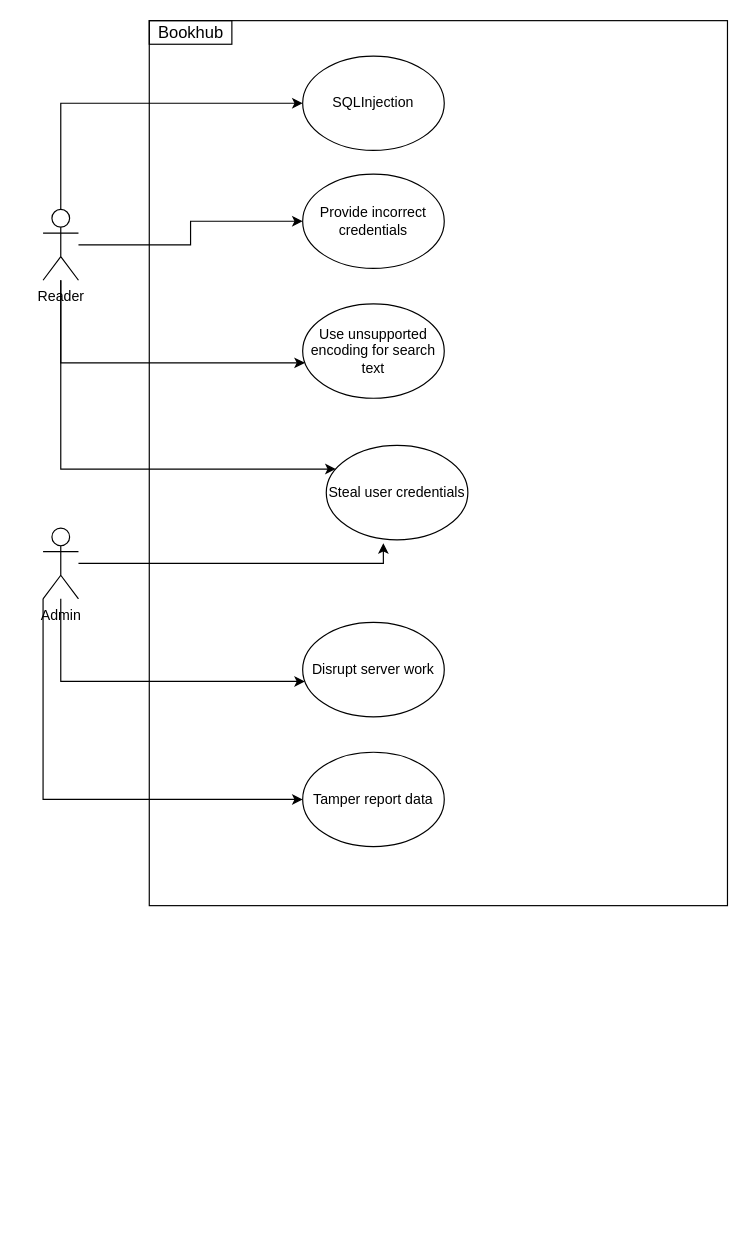
Above: page "project-abuse-case" (2 of 3) of project/hss-project-use-cases.drawio in ivanchuchulski/highly-secure-software (draw.io), before the change. Source tidied: cells renumbered, new cells numbered last; positions are measured from the earlier drawing's top-left corner, leaving out a move shared by most shapes. Both pictures are drawn from the tidied source at 118%, with x=0, y=0 at pixel (42, 20).
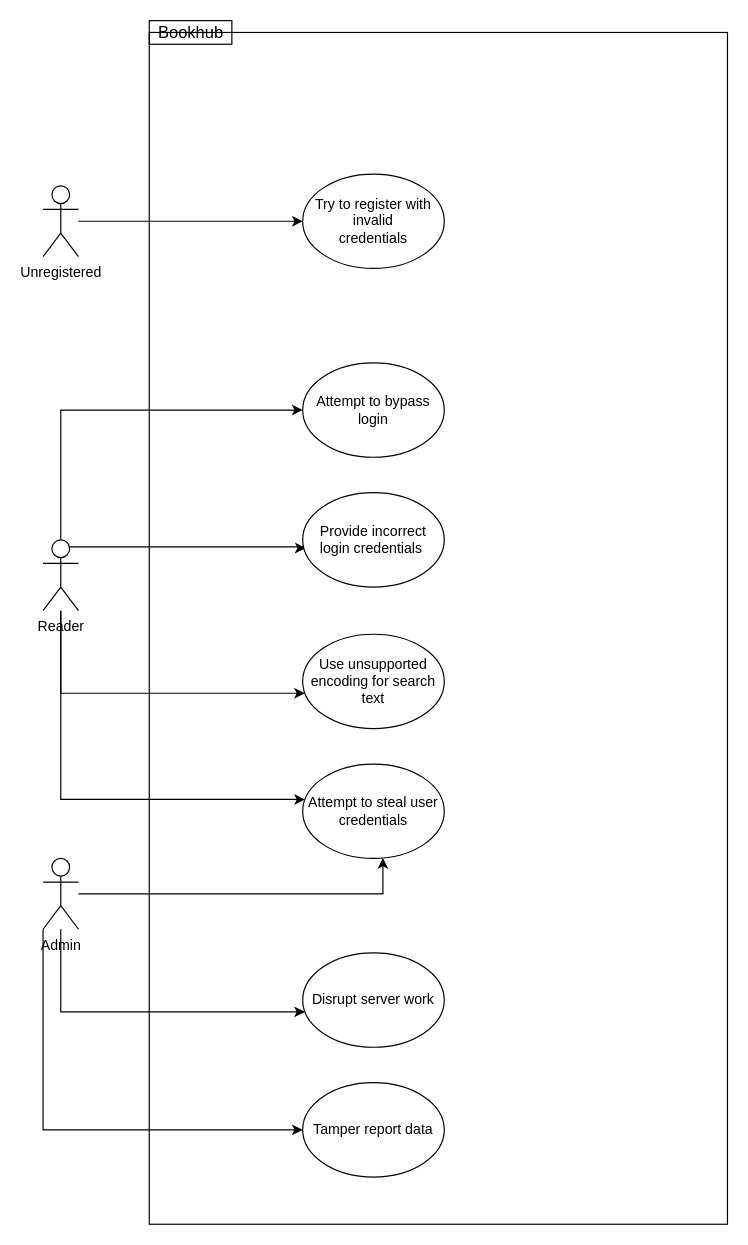
Above is the later version.

Diff of the diagram source:
```diff
@@
     <mxCell id="2" style="rounded=0;whiteSpace=wrap;html=1;fontSize=14;strokeColor=default;verticalAlign=middle;" parent="1" vertex="1">
-      <mxGeometry x="90" width="490" height="750" as="geometry" />
+      <mxGeometry x="90" y="10" width="490" height="1010" as="geometry" />
     </mxCell>
-    <mxCell id="3" style="edgeStyle=orthogonalEdgeStyle;rounded=0;jettySize=auto;html=1;fontSize=14;endArrow=classic;endFill=1;entryX=0.403;entryY=1.035;entryDx=0;entryDy=0;entryPerimeter=0;" parent="1" edge="1" source="6" target="15">
+    <mxCell id="3" style="edgeStyle=orthogonalEdgeStyle;rounded=0;jettySize=auto;html=1;fontSize=14;endArrow=classic;endFill=1;" parent="1" edge="1" source="6" target="15">
       <mxGeometry relative="1" as="geometry">
         <Array as="points">
-          <mxPoint x="288" y="460" />
+          <mxPoint x="288" y="740" />
         </Array>
       </mxGeometry>
     </mxCell>
     <mxCell id="4" style="edgeStyle=orthogonalEdgeStyle;rounded=0;jettySize=auto;html=1;fontSize=14;endArrow=classic;endFill=1;" parent="1" edge="1" source="6" target="16">
       <mxGeometry relative="1" as="geometry">
         <Array as="points">
-          <mxPoint y="660" />
+          <mxPoint y="940" />
         </Array>
       </mxGeometry>
     </mxCell>
     <mxCell id="5" style="edgeStyle=orthogonalEdgeStyle;rounded=0;jettySize=auto;html=1;fontSize=14;endArrow=classic;endFill=1;" parent="1" edge="1" source="6" target="17">
       <mxGeometry relative="1" as="geometry">
         <Array as="points">
-          <mxPoint x="15" y="560" />
+          <mxPoint x="15" y="840" />
         </Array>
       </mxGeometry>
     </mxCell>
     <mxCell id="6" value="Admin" style="shape=umlActor;verticalLabelPosition=bottom;verticalAlign=top;html=1;outlineConnect=0;" parent="1" vertex="1">
-      <mxGeometry y="430" width="30" height="60" as="geometry" />
+      <mxGeometry y="710" width="30" height="60" as="geometry" />
     </mxCell>
     <mxCell id="7" style="edgeStyle=orthogonalEdgeStyle;rounded=0;jettySize=auto;html=1;fontSize=14;endArrow=classic;endFill=1;" parent="1" edge="1" source="10" target="15">
       <mxGeometry relative="1" as="geometry">
         <Array as="points">
-          <mxPoint x="15" y="380" />
-          <mxPoint x="270" y="380" />
+          <mxPoint x="15" y="660" />
+          <mxPoint x="270" y="660" />
         </Array>
       </mxGeometry>
     </mxCell>
-    <mxCell id="8" style="edgeStyle=orthogonalEdgeStyle;rounded=0;jettySize=auto;html=1;startArrow=classic;startFill=1;endArrow=none;endFill=0;exitX=0;exitY=0.5;exitDx=0;exitDy=0;" parent="1" edge="1" source="19" target="10">
-      <mxGeometry relative="1" as="geometry" />
+    <mxCell id="8" style="edgeStyle=orthogonalEdgeStyle;rounded=0;jettySize=auto;html=1;startArrow=classic;startFill=1;endArrow=none;endFill=0;exitX=0.021;exitY=0.588;exitDx=0;exitDy=0;entryX=0.75;entryY=0.1;entryDx=0;entryDy=0;entryPerimeter=0;exitPerimeter=0;" parent="1" edge="1" source="19" target="10">
+      <mxGeometry relative="1" as="geometry">
+        <Array as="points">
+          <mxPoint x="220" y="447" />
+          <mxPoint x="220" y="446" />
+        </Array>
+      </mxGeometry>
     </mxCell>
     <mxCell id="9" style="edgeStyle=orthogonalEdgeStyle;rounded=0;jettySize=auto;html=1;startArrow=classic;startFill=1;endArrow=none;endFill=0;" parent="1" edge="1" source="20" target="10">
       <mxGeometry relative="1" as="geometry">
         <Array as="points">
-          <mxPoint x="15" y="290" />
+          <mxPoint x="15" y="570" />
         </Array>
       </mxGeometry>
     </mxCell>
+    <mxCell id="21" style="edgeStyle=orthogonalEdgeStyle;rounded=0;jettySize=auto;html=1;" parent="1" edge="1" source="10" target="23">
+      <mxGeometry relative="1" as="geometry">
+        <Array as="points">
+          <mxPoint x="15" y="330" />
+        </Array>
+      </mxGeometry>
+    </mxCell>
     <mxCell id="10" value="Reader" style="shape=umlActor;verticalLabelPosition=bottom;verticalAlign=top;html=1;outlineConnect=0;" parent="1" vertex="1">
-      <mxGeometry y="160" width="30" height="60" as="geometry" />
+      <mxGeometry y="440" width="30" height="60" as="geometry" />
     </mxCell>
-    <mxCell id="11" style="edgeStyle=orthogonalEdgeStyle;rounded=0;jettySize=auto;html=1;endArrow=classic;endFill=1;exitX=0.5;exitY=0;exitDx=0;exitDy=0;exitPerimeter=0;" parent="1" edge="1" source="10" target="13">
-      <mxGeometry relative="1" as="geometry">
-        <Array as="points">
-          <mxPoint x="15" y="70" />
-        </Array>
-      </mxGeometry>
+    <mxCell id="11" style="edgeStyle=orthogonalEdgeStyle;rounded=0;jettySize=auto;html=1;endArrow=classic;endFill=1;" parent="1" edge="1" source="22" target="13">
+      <mxGeometry relative="1" as="geometry" />
     </mxCell>
@@
-    <mxCell id="13" value="SQLInjection" style="ellipse;whiteSpace=wrap;html=1;strokeColor=default;" parent="1" vertex="1">
-      <mxGeometry x="220" y="30" width="120" height="80" as="geometry" />
+    <mxCell id="13" value="Try to register with invalid &lt;br&gt;credentials" style="ellipse;whiteSpace=wrap;html=1;strokeColor=default;" parent="1" vertex="1">
+      <mxGeometry x="220" y="130" width="120" height="80" as="geometry" />
     </mxCell>
@@
-    <mxCell id="15" value="Steal user credentials" style="ellipse;whiteSpace=wrap;html=1;verticalAlign=middle;strokeColor=default;" parent="1" vertex="1">
-      <mxGeometry x="240" y="360" width="120" height="80" as="geometry" />
+    <mxCell id="15" value="Attempt to steal user credentials" style="ellipse;whiteSpace=wrap;html=1;verticalAlign=middle;strokeColor=default;" parent="1" vertex="1">
+      <mxGeometry x="220" y="630" width="120" height="80" as="geometry" />
     </mxCell>
     <mxCell id="16" value="Tamper report data" style="ellipse;whiteSpace=wrap;html=1;verticalAlign=middle;" parent="1" vertex="1">
-      <mxGeometry x="220" y="620" width="120" height="80" as="geometry" />
+      <mxGeometry x="220" y="900" width="120" height="80" as="geometry" />
     </mxCell>
     <mxCell id="17" value="Disrupt server work" style="ellipse;whiteSpace=wrap;html=1;verticalAlign=middle;" parent="1" vertex="1">
-      <mxGeometry x="220" y="510" width="120" height="80" as="geometry" />
+      <mxGeometry x="220" y="790" width="120" height="80" as="geometry" />
     </mxCell>
@@
-    <mxCell id="19" value="Provide incorrect credentials" style="ellipse;whiteSpace=wrap;html=1;verticalAlign=middle;strokeColor=default;" parent="1" vertex="1">
-      <mxGeometry x="220" y="130" width="120" height="80" as="geometry" />
+    <mxCell id="19" value="Provide incorrect login credentials&amp;nbsp;" style="ellipse;whiteSpace=wrap;html=1;verticalAlign=middle;strokeColor=default;" parent="1" vertex="1">
+      <mxGeometry x="220" y="400" width="120" height="80" as="geometry" />
     </mxCell>
     <mxCell id="20" value="Use unsupported encoding for search text" style="ellipse;whiteSpace=wrap;html=1;verticalAlign=middle;strokeColor=default;" parent="1" vertex="1">
-      <mxGeometry x="220" y="240" width="120" height="80" as="geometry" />
+      <mxGeometry x="220" y="520" width="120" height="80" as="geometry" />
     </mxCell>
+    <mxCell id="22" value="Unregistered" style="shape=umlActor;verticalLabelPosition=bottom;verticalAlign=top;html=1;outlineConnect=0;" parent="1" vertex="1">
+      <mxGeometry y="140" width="30" height="60" as="geometry" />
+    </mxCell>
+    <mxCell id="23" value="Attempt to bypass login" style="ellipse;whiteSpace=wrap;html=1;strokeColor=default;" parent="1" vertex="1">
+      <mxGeometry x="220" y="290" width="120" height="80" as="geometry" />
+    </mxCell>
```
